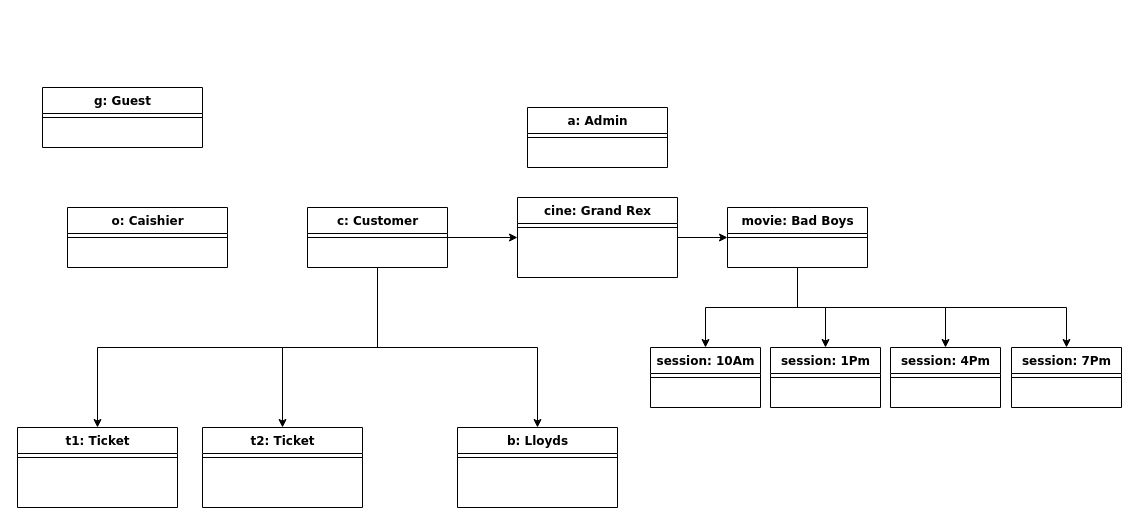
Earlier version of the draw.io diagram Diagramme object Movie Ticket Booking System.drawio (Melydgt/Draw-io-UML-England). Source tidied: cells renumbered, new cells numbered last; positions are measured from the earlier drawing's top-left corner, leaving out a move shared by most shapes. Both pictures are drawn from the tidied source at 100%, with x=0, y=0 at pixel (17, 87).
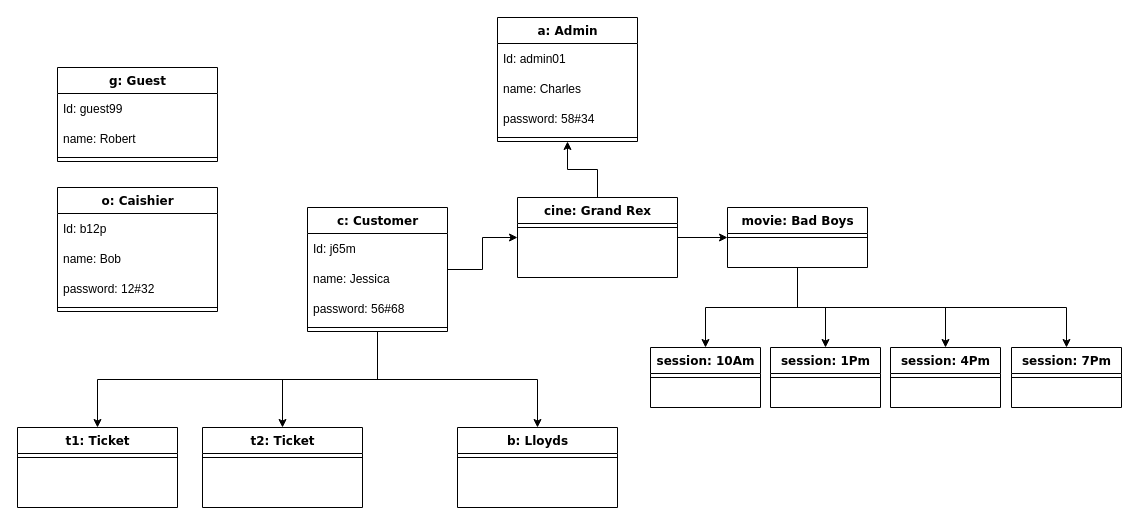
Above is the later version.

Commit message (it also covers changes not shown here):
Mettre à jour Diagramme object Movie Ticket Booking System.drawio

Unchanged cells that the change refers to:
```xml
<mxCell id="15" value="cine: Grand Rex" style="swimlane;html=1;fontStyle=1;align=center;verticalAlign=top;horizontal=1;startSize=26;swimlaneFillColor=#ffffff;rounded=0;shadow=0;comic=0;labelBackgroundColor=none;strokeWidth=1;fillColor=none;fontFamily=Verdana;fontSize=12;" parent="1" vertex="1">
  <mxGeometry x="500" y="110" width="160" height="80" as="geometry" />
</mxCell>
```

What changed in the source:
```diff
@@
     <mxCell id="6" value="c: Customer" style="swimlane;html=1;fontStyle=1;align=center;verticalAlign=top;horizontal=1;startSize=26;swimlaneFillColor=#ffffff;rounded=0;shadow=0;comic=0;labelBackgroundColor=none;strokeWidth=1;fillColor=none;fontFamily=Verdana;fontSize=12;" parent="1" vertex="1">
-      <mxGeometry x="290" y="120" width="140" height="60" as="geometry" />
+      <mxGeometry x="290" y="120" width="140" height="124" as="geometry" />
     </mxCell>
+    <mxCell id="37" value="Id: j65m" style="text;strokeColor=none;fillColor=none;align=left;verticalAlign=middle;spacingLeft=4;spacingRight=4;overflow=hidden;" parent="6" vertex="1">
+      <mxGeometry y="26" width="140" height="30" as="geometry" />
+    </mxCell>
+    <mxCell id="38" value="name: Jessica" style="text;strokeColor=none;fillColor=none;align=left;verticalAlign=middle;spacingLeft=4;spacingRight=4;overflow=hidden;" parent="6" vertex="1">
+      <mxGeometry y="56" width="140" height="30" as="geometry" />
+    </mxCell>
+    <mxCell id="39" value="password: 56#68" style="text;strokeColor=none;fillColor=none;align=left;verticalAlign=middle;spacingLeft=4;spacingRight=4;overflow=hidden;" parent="6" vertex="1">
+      <mxGeometry y="86" width="140" height="30" as="geometry" />
+    </mxCell>
     <mxCell id="7" style="line;html=1;strokeWidth=1;fillColor=none;align=left;verticalAlign=middle;spacingTop=-1;spacingLeft=3;spacingRight=3;labelPosition=right;" parent="6" vertex="1">
-      <mxGeometry y="26" width="140" height="8" as="geometry" />
+      <mxGeometry y="116" width="140" height="8" as="geometry" />
     </mxCell>
@@
+    <mxCell id="40" style="edgeStyle=orthogonalEdgeStyle;rounded=0;jettySize=auto;html=1;exitX=0.5;exitY=0;exitDx=0;exitDy=0;entryX=0.5;entryY=1;entryDx=0;entryDy=0;" parent="1" edge="1" source="15" target="19">
+      <mxGeometry relative="1" as="geometry" />
+    </mxCell>
@@
     <mxCell id="17" value="g: Guest" style="swimlane;html=1;fontStyle=1;align=center;verticalAlign=top;horizontal=1;startSize=26;swimlaneFillColor=#ffffff;rounded=0;shadow=0;comic=0;labelBackgroundColor=none;strokeWidth=1;fillColor=none;fontFamily=Verdana;fontSize=12;" parent="1" vertex="1">
-      <mxGeometry x="25" width="160" height="60" as="geometry" />
+      <mxGeometry x="40" y="-20" width="160" height="94" as="geometry" />
     </mxCell>
+    <mxCell id="41" value="Id: guest99" style="text;strokeColor=none;fillColor=none;align=left;verticalAlign=middle;spacingLeft=4;spacingRight=4;overflow=hidden;" parent="17" vertex="1">
+      <mxGeometry y="26" width="160" height="30" as="geometry" />
+    </mxCell>
+    <mxCell id="42" value="name: Robert" style="text;strokeColor=none;fillColor=none;align=left;verticalAlign=middle;spacingLeft=4;spacingRight=4;overflow=hidden;" parent="17" vertex="1">
+      <mxGeometry y="56" width="160" height="30" as="geometry" />
+    </mxCell>
     <mxCell id="18" style="line;html=1;strokeWidth=1;fillColor=none;align=left;verticalAlign=middle;spacingTop=-1;spacingLeft=3;spacingRight=3;labelPosition=right;" parent="17" vertex="1">
-      <mxGeometry y="26" width="160" height="8" as="geometry" />
+      <mxGeometry y="86" width="160" height="8" as="geometry" />
     </mxCell>
     <mxCell id="19" value="a: Admin" style="swimlane;html=1;fontStyle=1;align=center;verticalAlign=top;horizontal=1;startSize=26;swimlaneFillColor=#ffffff;rounded=0;shadow=0;comic=0;labelBackgroundColor=none;strokeWidth=1;fillColor=none;fontFamily=Verdana;fontSize=12;" parent="1" vertex="1">
-      <mxGeometry x="510" y="20" width="140" height="60" as="geometry" />
+      <mxGeometry x="480" y="-70" width="140" height="124" as="geometry" />
     </mxCell>
+    <mxCell id="43" value="Id: admin01" style="text;strokeColor=none;fillColor=none;align=left;verticalAlign=middle;spacingLeft=4;spacingRight=4;overflow=hidden;" parent="19" vertex="1">
+      <mxGeometry y="26" width="140" height="30" as="geometry" />
+    </mxCell>
+    <mxCell id="44" value="name: Charles" style="text;strokeColor=none;fillColor=none;align=left;verticalAlign=middle;spacingLeft=4;spacingRight=4;overflow=hidden;" parent="19" vertex="1">
+      <mxGeometry y="56" width="140" height="30" as="geometry" />
+    </mxCell>
+    <mxCell id="45" value="password: 58#34" style="text;strokeColor=none;fillColor=none;align=left;verticalAlign=middle;spacingLeft=4;spacingRight=4;overflow=hidden;" parent="19" vertex="1">
+      <mxGeometry y="86" width="140" height="30" as="geometry" />
+    </mxCell>
     <mxCell id="20" style="line;html=1;strokeWidth=1;fillColor=none;align=left;verticalAlign=middle;spacingTop=-1;spacingLeft=3;spacingRight=3;labelPosition=right;" parent="19" vertex="1">
-      <mxGeometry y="26" width="140" height="8" as="geometry" />
+      <mxGeometry y="116" width="140" height="8" as="geometry" />
     </mxCell>
@@
     <mxCell id="29" value="o: Caishier" style="swimlane;html=1;fontStyle=1;align=center;verticalAlign=top;horizontal=1;startSize=26;swimlaneFillColor=#ffffff;rounded=0;shadow=0;comic=0;labelBackgroundColor=none;strokeWidth=1;fillColor=none;fontFamily=Verdana;fontSize=12;" parent="1" vertex="1">
-      <mxGeometry x="50" y="120" width="160" height="60" as="geometry" />
+      <mxGeometry x="40" y="100" width="160" height="124" as="geometry" />
     </mxCell>
+    <mxCell id="46" value="Id: b12p" style="text;strokeColor=none;fillColor=none;align=left;verticalAlign=middle;spacingLeft=4;spacingRight=4;overflow=hidden;" parent="29" vertex="1">
+      <mxGeometry y="26" width="160" height="30" as="geometry" />
+    </mxCell>
+    <mxCell id="47" value="name: Bob" style="text;strokeColor=none;fillColor=none;align=left;verticalAlign=middle;spacingLeft=4;spacingRight=4;overflow=hidden;" parent="29" vertex="1">
+      <mxGeometry y="56" width="160" height="30" as="geometry" />
+    </mxCell>
+    <mxCell id="48" value="password: 12#32" style="text;strokeColor=none;fillColor=none;align=left;verticalAlign=middle;spacingLeft=4;spacingRight=4;overflow=hidden;" parent="29" vertex="1">
+      <mxGeometry y="86" width="160" height="30" as="geometry" />
+    </mxCell>
     <mxCell id="30" style="line;html=1;strokeWidth=1;fillColor=none;align=left;verticalAlign=middle;spacingTop=-1;spacingLeft=3;spacingRight=3;labelPosition=right;" parent="29" vertex="1">
-      <mxGeometry y="26" width="160" height="8" as="geometry" />
+      <mxGeometry y="116" width="160" height="8" as="geometry" />
     </mxCell>
```
